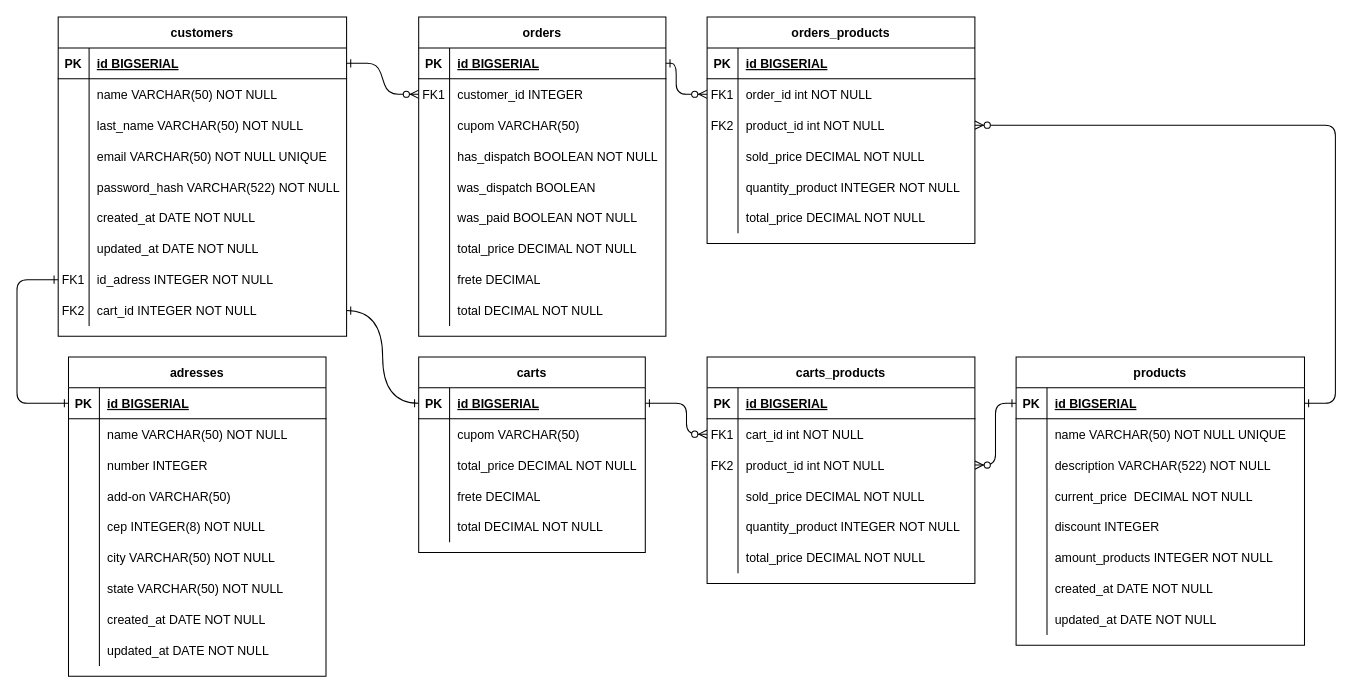
Above: capstone.drawio in GustavoM96/GustavoM96 (draw.io), before the change. Source tidied: cells renumbered, new cells numbered last; positions are measured from the earlier drawing's top-left corner, leaving out a move shared by most shapes. Both pictures are drawn from the tidied source at 103%, with x=0, y=0 at pixel (-48, -190).
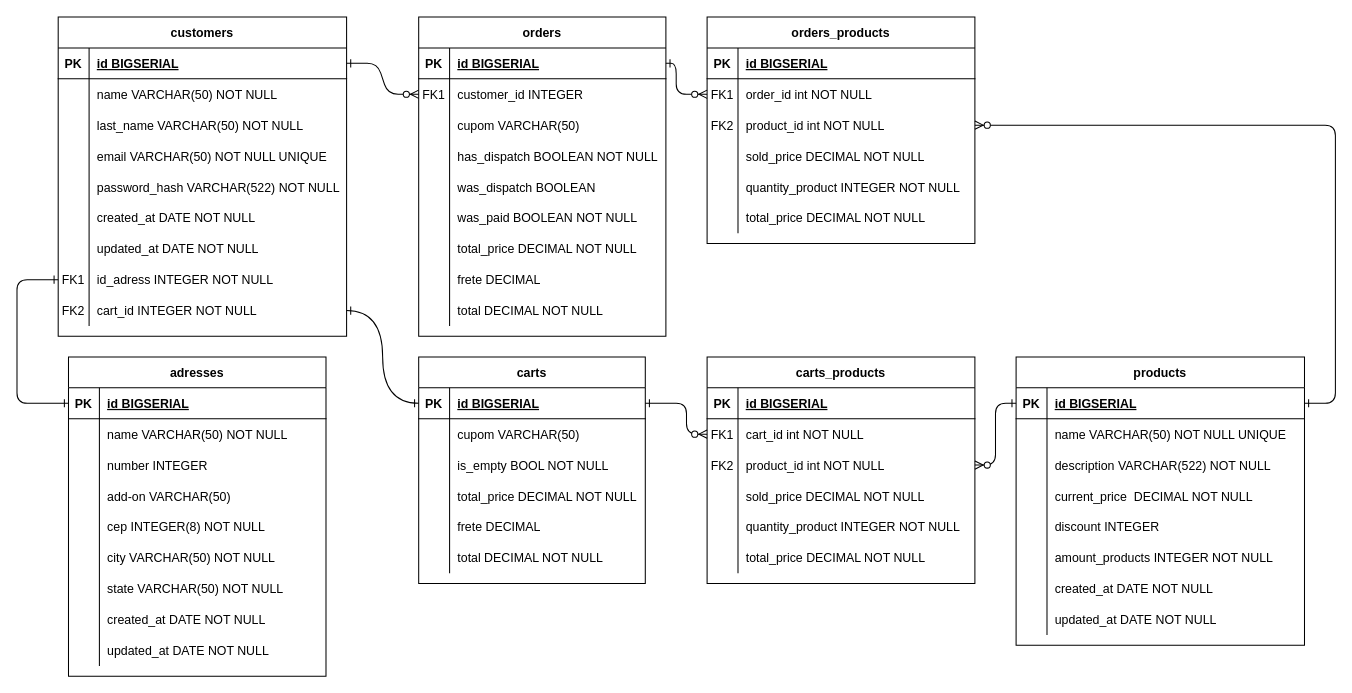
Above is the later version.

Commit message:
add is_empty column on carts_table

The edit, as a diff of the source:
```diff
@@
     <mxCell id="153" value="carts" style="shape=table;startSize=30;childLayout=tableLayout;rowLines=0;fontStyle=1;align=center;" parent="1" vertex="1">
-      <mxGeometry x="453" y="530" width="220" height="190" as="geometry" />
+      <mxGeometry x="453" y="530" width="220" height="220" as="geometry" />
     </mxCell>
@@
+    <mxCell id="172" style="shape=partialRectangle;fillColor=none;top=0;left=0;right=0;bottom=0;" parent="153" vertex="1">
+      <mxGeometry y="90" width="220" height="30" as="geometry" />
+    </mxCell>
+    <mxCell id="173" style="shape=partialRectangle;overflow=hidden;fillColor=none;top=0;left=0;bottom=0;right=0;" parent="172" vertex="1">
+      <mxGeometry width="30" height="30" as="geometry" />
+    </mxCell>
+    <mxCell id="174" value="is_empty BOOL NOT NULL" style="shape=partialRectangle;overflow=hidden;fillColor=none;top=0;left=0;bottom=0;right=0;align=left;spacingLeft=6;" parent="172" vertex="1">
+      <mxGeometry x="30" width="190" height="30" as="geometry" />
+    </mxCell>
     <mxCell id="160" style="shape=partialRectangle;fillColor=none;top=0;left=0;right=0;bottom=0;" parent="153" vertex="1">
-      <mxGeometry y="90" width="220" height="30" as="geometry" />
+      <mxGeometry y="120" width="220" height="30" as="geometry" />
     </mxCell>
@@
     <mxCell id="163" style="shape=partialRectangle;fillColor=none;top=0;left=0;right=0;bottom=0;" parent="153" vertex="1">
-      <mxGeometry y="120" width="220" height="30" as="geometry" />
+      <mxGeometry y="150" width="220" height="30" as="geometry" />
     </mxCell>
@@
     <mxCell id="166" style="shape=partialRectangle;fillColor=none;top=0;left=0;right=0;bottom=0;" parent="153" vertex="1">
-      <mxGeometry y="150" width="220" height="30" as="geometry" />
+      <mxGeometry y="180" width="220" height="30" as="geometry" />
     </mxCell>
```
